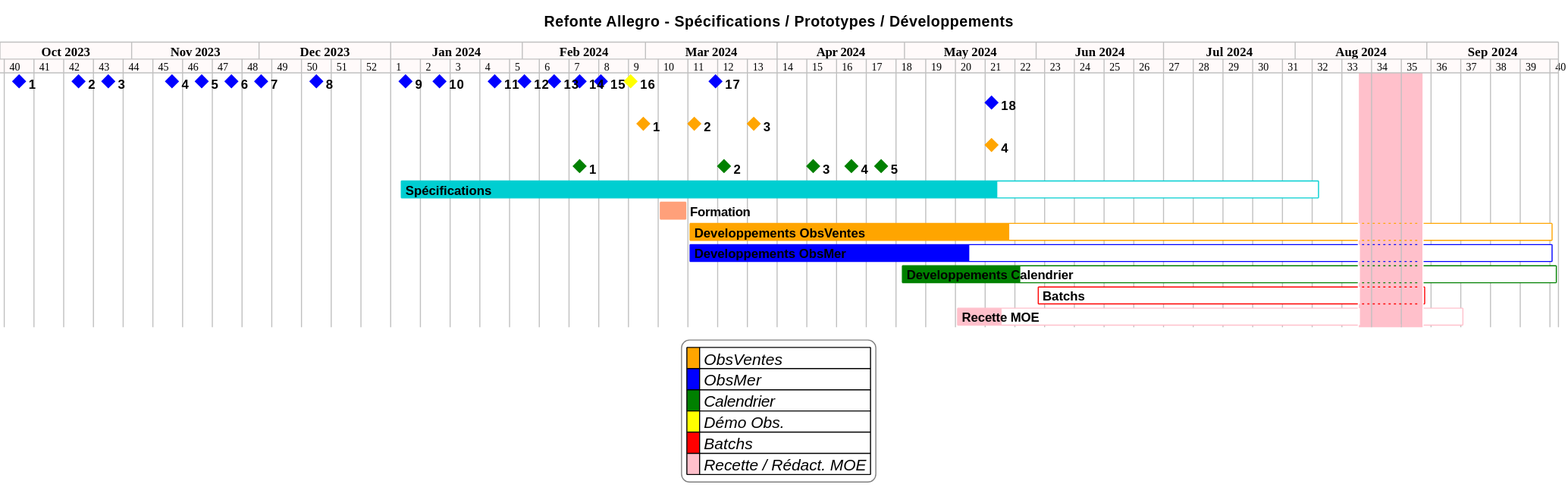
Above: projects/common/not/images/refonte-allegro-planning-spe-poc.svg in sumaris-net/sumaris-doc (PlantUML), before the change.
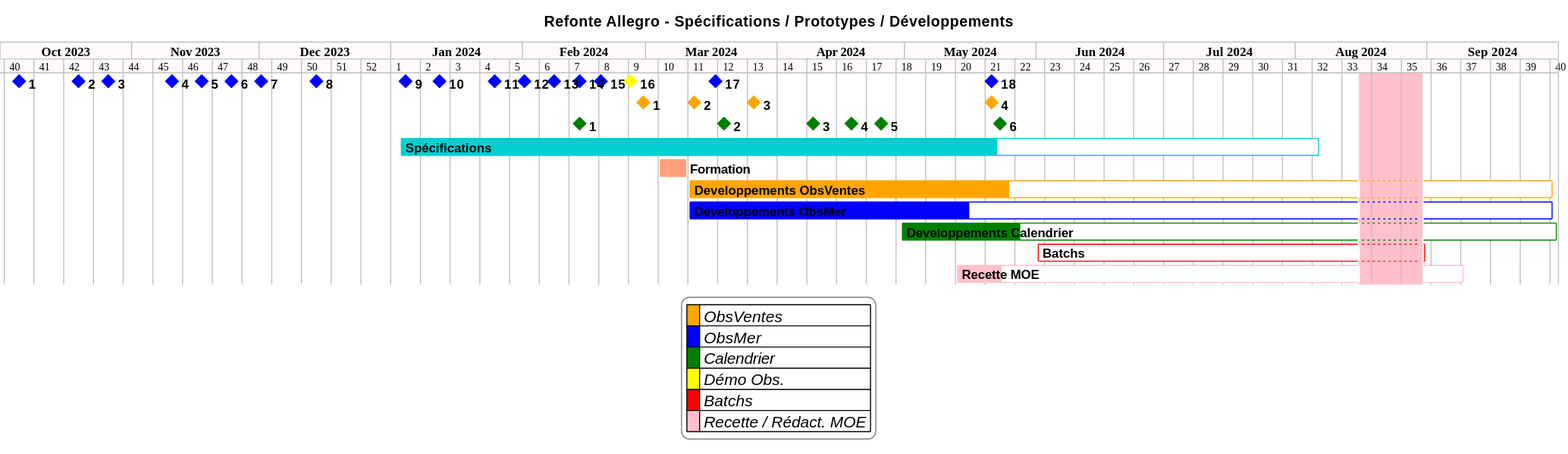
After the change.

The edit, as a diff of the source:
```diff
@@ -146,6 +146,7 @@
 [14] displays on same row as [15]
 [15] displays on same row as [16]
 [16] displays on same row as [17]
+[17] displays on same row as [18]
 
 !procedure N(x,n)
 [x<size:0>n</size>]
@@ -165,6 +166,7 @@
 
 [o1] displays on same row as [o2]
 [o2] displays on same row as [o3]
+[o3] displays on same row as [o4]
 
 N(1, 4) as [c1] happen the 2024/02/14
 N(1, 4)  is colored in green
@@ -181,10 +183,14 @@
 N(5, 8) as [c5] happen the 2024/04/25
 N(5, 8)  is colored in green
 
+N(6, 9) as [c6] happen the 2024/05/23
+N(6, 9)  is colored in green
+
 [c1] displays on same row as [c2]
 [c2] displays on same row as [c3]
 [c3] displays on same row as [c4]
 [c4] displays on same row as [c5]
+[c5] displays on same row as [c6]
 
 [Spécifications] as [TASK1] starts the 2024/01/03 and requires 31 week
 [TASK1] is colored in darkTurquoise
```
